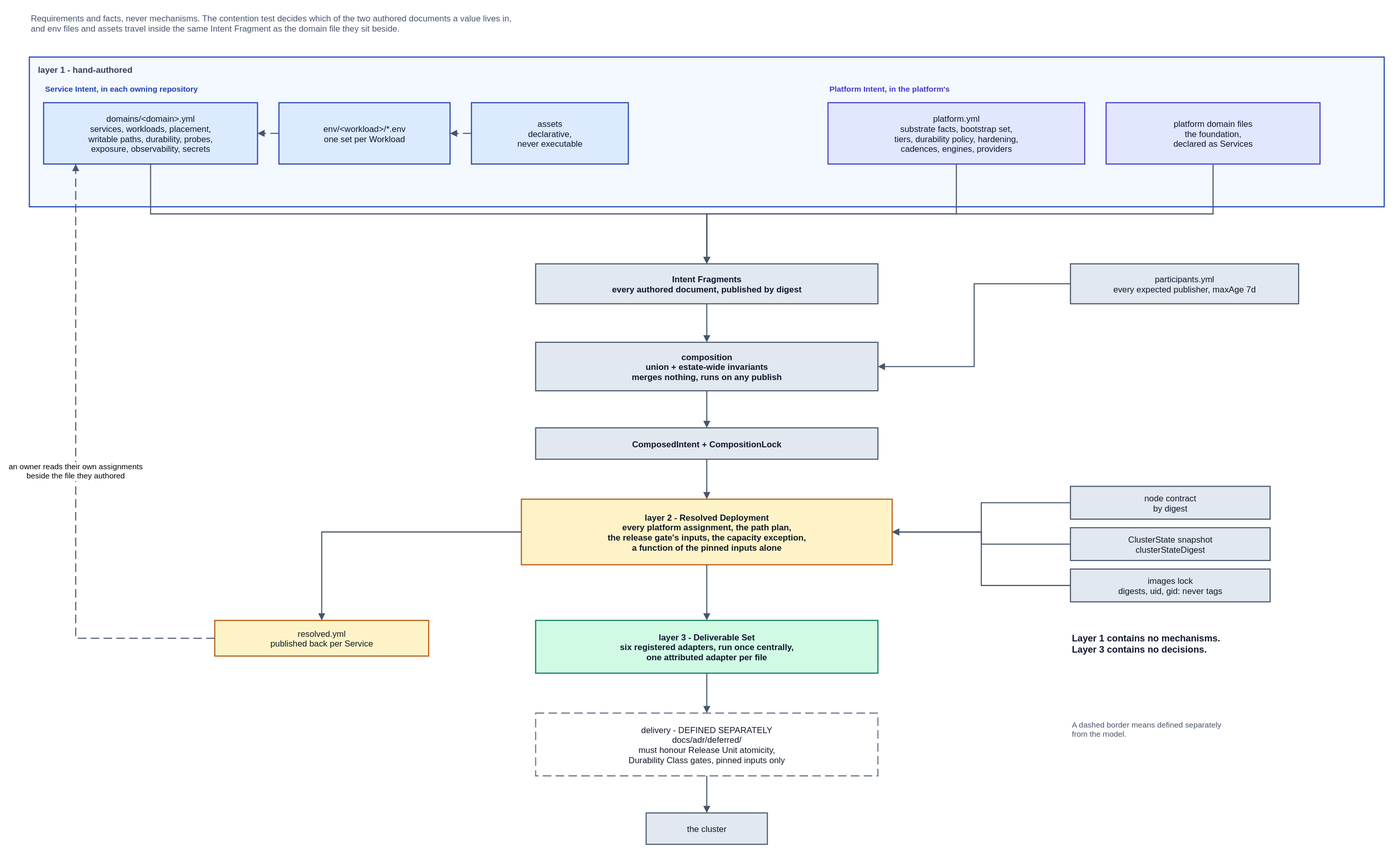
Earlier version of the draw.io export spec/v1/diagrams/00-overview-meta-model.drawio.svg (JorisJonkers-dev/deploy-kit). Source tidied: cells renumbered, new cells last; positions are measured from the earlier drawing's top-left corner, leaving out a move shared by most shapes.
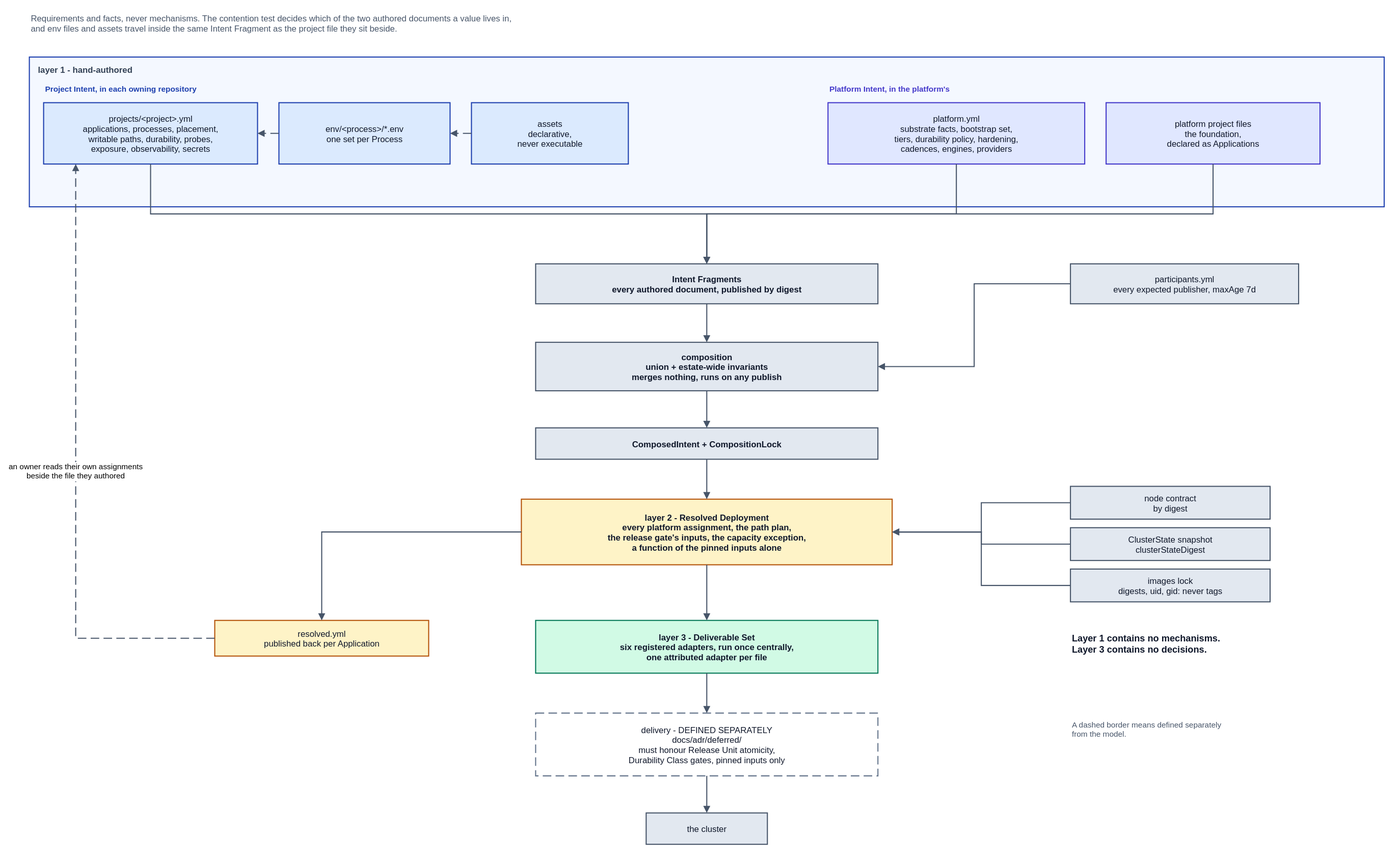
The same file after the commit.

What changed in the source:
```diff
@@ -5,19 +5,19 @@
     <mxCell id="2" value="layer 1 - hand-authored" style="rounded=0;whiteSpace=nowrap;html=0;fillColor=#f4f8ff;strokeColor=#1e40af;strokeWidth=1.5;verticalAlign=top;align=left;spacingLeft=10;spacingTop=4;fontStyle=1;fontSize=12;fontFamily=Helvetica;fontColor=#334155;" parent="1" vertex="1">
       <mxGeometry y="70" width="1900" height="210" as="geometry" />
     </mxCell>
-    <mxCell id="3" value="Requirements and facts, never mechanisms. The contention test decides which of the two authored documents a value lives in,&#10;and env files and assets travel inside the same Intent Fragment as the domain file they sit beside." style="text;html=0;strokeColor=none;fillColor=none;align=left;verticalAlign=middle;fontFamily=Helvetica;fontSize=12;fontColor=#475569;" parent="1" vertex="1">
+    <mxCell id="3" value="Requirements and facts, never mechanisms. The contention test decides which of the two authored documents a value lives in,&#10;and env files and assets travel inside the same Intent Fragment as the project file they sit beside." style="text;html=0;strokeColor=none;fillColor=none;align=left;verticalAlign=middle;fontFamily=Helvetica;fontSize=12;fontColor=#475569;" parent="1" vertex="1">
       <mxGeometry width="1900" height="44" as="geometry" />
     </mxCell>
-    <mxCell id="4" value="Service Intent, in each owning repository" style="text;html=0;strokeColor=none;fillColor=none;align=left;verticalAlign=middle;fontFamily=Helvetica;fontSize=11;fontColor=#1e40af;fontStyle=1;" parent="1" vertex="1">
+    <mxCell id="4" value="Project Intent, in each owning repository" style="text;html=0;strokeColor=none;fillColor=none;align=left;verticalAlign=middle;fontFamily=Helvetica;fontSize=11;fontColor=#1e40af;fontStyle=1;" parent="1" vertex="1">
       <mxGeometry x="20" y="104" width="560" height="20" as="geometry" />
     </mxCell>
     <mxCell id="5" value="Platform Intent, in the platform's" style="text;html=0;strokeColor=none;fillColor=none;align=left;verticalAlign=middle;fontFamily=Helvetica;fontSize=11;fontColor=#4338ca;fontStyle=1;" parent="1" vertex="1">
       <mxGeometry x="1120" y="104" width="560" height="20" as="geometry" />
     </mxCell>
-    <mxCell id="6" value="domains/&lt;domain&gt;.yml&#10;services, workloads, placement,&#10;writable paths, durability, probes,&#10;exposure, observability, secrets" style="rounded=0;whiteSpace=nowrap;html=0;align=center;verticalAlign=middle;fillColor=#dbeafe;strokeColor=#1e40af;strokeWidth=1.5;fontFamily=Helvetica;fontSize=12;fontColor=#0f172a;" parent="1" vertex="1">
+    <mxCell id="6" value="projects/&lt;project&gt;.yml&#10;applications, processes, placement,&#10;writable paths, durability, probes,&#10;exposure, observability, secrets" style="rounded=0;whiteSpace=nowrap;html=0;align=center;verticalAlign=middle;fillColor=#dbeafe;strokeColor=#1e40af;strokeWidth=1.5;fontFamily=Helvetica;fontSize=12;fontColor=#0f172a;" parent="1" vertex="1">
       <mxGeometry x="20" y="134" width="300" height="86" as="geometry" />
     </mxCell>
-    <mxCell id="7" value="env/&lt;workload&gt;/*.env&#10;one set per Workload" style="rounded=0;whiteSpace=nowrap;html=0;align=center;verticalAlign=middle;fillColor=#dbeafe;strokeColor=#1e40af;strokeWidth=1.5;fontFamily=Helvetica;fontSize=12;fontColor=#0f172a;" parent="1" vertex="1">
+    <mxCell id="7" value="env/&lt;process&gt;/*.env&#10;one set per Process" style="rounded=0;whiteSpace=nowrap;html=0;align=center;verticalAlign=middle;fillColor=#dbeafe;strokeColor=#1e40af;strokeWidth=1.5;fontFamily=Helvetica;fontSize=12;fontColor=#0f172a;" parent="1" vertex="1">
       <mxGeometry x="350" y="134" width="240" height="86" as="geometry" />
     </mxCell>
     <mxCell id="8" value="assets&#10;declarative,&#10;never executable" style="rounded=0;whiteSpace=nowrap;html=0;align=center;verticalAlign=middle;fillColor=#dbeafe;strokeColor=#1e40af;strokeWidth=1.5;fontFamily=Helvetica;fontSize=12;fontColor=#0f172a;" parent="1" vertex="1">
@@ -26,7 +26,7 @@
     <mxCell id="9" value="platform.yml&#10;substrate facts, bootstrap set,&#10;tiers, durability policy, hardening,&#10;cadences, engines, providers" style="rounded=0;whiteSpace=nowrap;html=0;align=center;verticalAlign=middle;fillColor=#e0e7ff;strokeColor=#4338ca;strokeWidth=1.5;fontFamily=Helvetica;fontSize=12;fontColor=#0f172a;" parent="1" vertex="1">
       <mxGeometry x="1120" y="134" width="360" height="86" as="geometry" />
     </mxCell>
-    <mxCell id="10" value="platform domain files&#10;the foundation,&#10;declared as Services" style="rounded=0;whiteSpace=nowrap;html=0;align=center;verticalAlign=middle;fillColor=#e0e7ff;strokeColor=#4338ca;strokeWidth=1.5;fontFamily=Helvetica;fontSize=12;fontColor=#0f172a;" parent="1" vertex="1">
+    <mxCell id="10" value="platform project files&#10;the foundation,&#10;declared as Applications" style="rounded=0;whiteSpace=nowrap;html=0;align=center;verticalAlign=middle;fillColor=#e0e7ff;strokeColor=#4338ca;strokeWidth=1.5;fontFamily=Helvetica;fontSize=12;fontColor=#0f172a;" parent="1" vertex="1">
       <mxGeometry x="1510" y="134" width="300" height="86" as="geometry" />
     </mxCell>
     <mxCell id="11" style="edgeStyle=orthogonalEdgeStyle;rounded=0;html=0;jettySize=auto;jumpStyle=arc;jumpSize=8;endArrow=block;endFill=1;strokeColor=#475569;strokeWidth=1.5;fontSize=11;fontFamily=Helvetica;labelBackgroundColor=#ffffff;dashed=1;dashPattern=8 4;exitX=0;exitY=0.5;exitDx=0;exitDy=0;entryX=1;entryY=0.5;entryDx=0;entryDy=0;" parent="1" edge="1" source="7" target="6">
@@ -59,7 +59,7 @@
     <mxCell id="20" value="images lock&#10;digests, uid, gid: never tags" style="rounded=0;whiteSpace=nowrap;html=0;align=center;verticalAlign=middle;fillColor=#e2e8f0;strokeColor=#475569;strokeWidth=1.5;fontFamily=Helvetica;fontSize=12;fontColor=#0f172a;" parent="1" vertex="1">
       <mxGeometry x="1460" y="788" width="280" height="46" as="geometry" />
     </mxCell>
-    <mxCell id="21" value="resolved.yml&#10;published back per Service" style="rounded=0;whiteSpace=nowrap;html=0;align=center;verticalAlign=middle;fillColor=#fef3c7;strokeColor=#b45309;strokeWidth=1.5;fontFamily=Helvetica;fontSize=12;fontColor=#0f172a;" parent="1" vertex="1">
+    <mxCell id="21" value="resolved.yml&#10;published back per Application" style="rounded=0;whiteSpace=nowrap;html=0;align=center;verticalAlign=middle;fillColor=#fef3c7;strokeColor=#b45309;strokeWidth=1.5;fontFamily=Helvetica;fontSize=12;fontColor=#0f172a;" parent="1" vertex="1">
       <mxGeometry x="260" y="860" width="300" height="50" as="geometry" />
     </mxCell>
     <mxCell id="22" value="layer 3 - Deliverable Set&#10;six registered adapters, run once centrally,&#10;one attributed adapter per file" style="rounded=0;whiteSpace=nowrap;html=0;align=center;verticalAlign=middle;fillColor=#d1fae5;strokeColor=#047857;strokeWidth=1.5;fontFamily=Helvetica;fontSize=12;fontColor=#0f172a;fontStyle=1;" parent="1" vertex="1">
```
